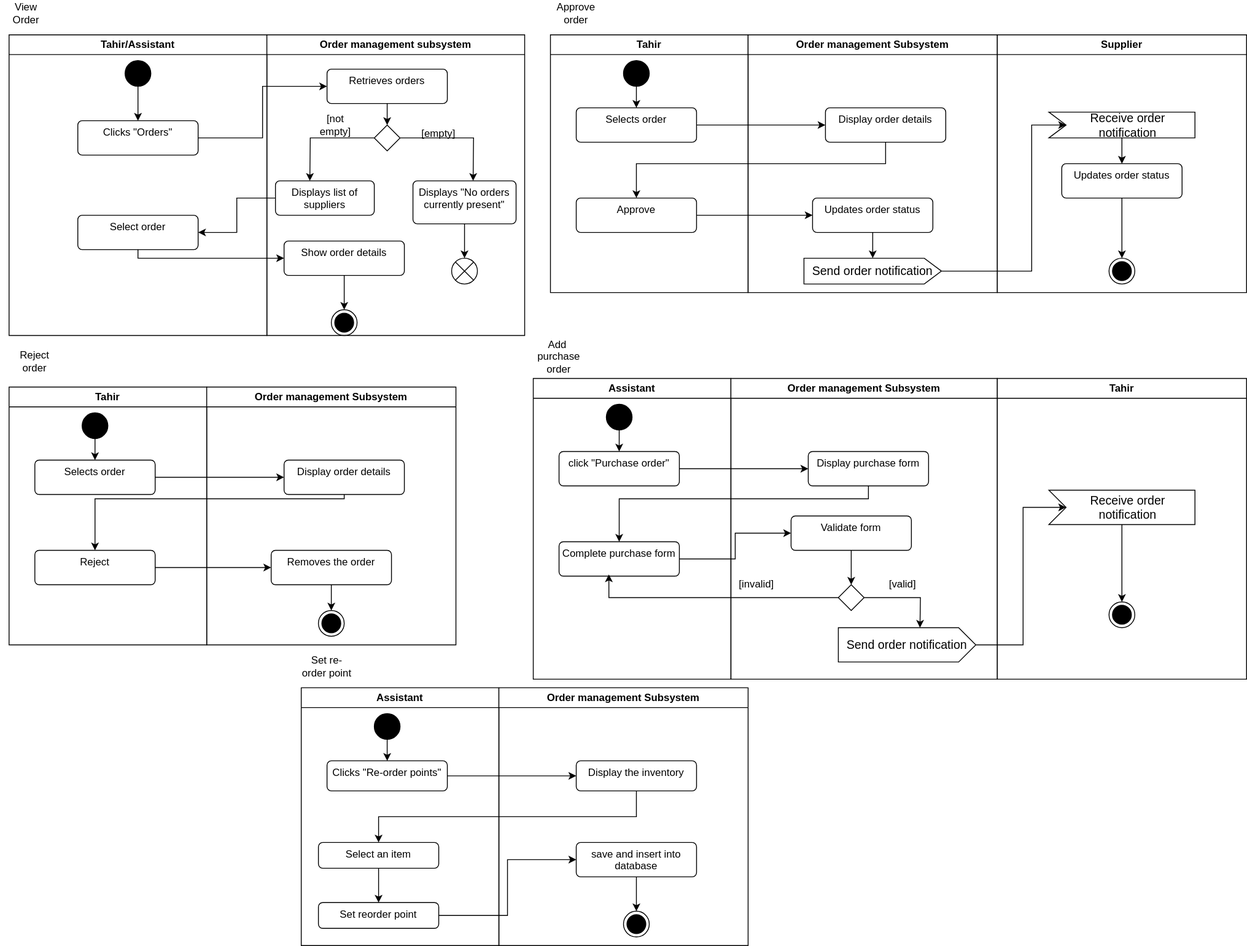
The draw.io diagram order_act.svg in Simamkele88/IFM3_GP, before a commit. Source tidied: cells renumbered, new cells last; positions are measured from the earlier drawing's top-left corner, leaving out a move shared by most shapes.
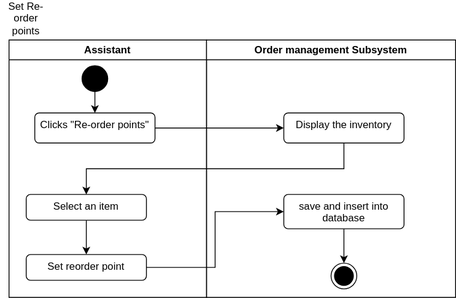
Later version of the same file.

What changed in the source:
```diff
@@ -2,158 +2,6 @@
   <root>
     <mxCell id="0" />
     <mxCell id="1" parent="0" />
-    <mxCell id="2" value="Tahir" style="swimlane;whiteSpace=wrap;html=1;" parent="1" vertex="1">
-      <mxGeometry x="640" y="40" width="230" height="300" as="geometry" />
-    </mxCell>
-    <mxCell id="3" style="edgeStyle=orthogonalEdgeStyle;rounded=0;jettySize=auto;html=1;" parent="2" edge="1" source="4" target="5">
-      <mxGeometry relative="1" as="geometry" />
-    </mxCell>
-    <mxCell id="4" style="ellipse;fillColor=strokeColor;html=1;" parent="2" vertex="1">
-      <mxGeometry x="85" y="30" width="30" height="30" as="geometry" />
-    </mxCell>
-    <mxCell id="5" value="Selects order" style="html=1;align=center;verticalAlign=top;rounded=1;absoluteArcSize=1;arcSize=10;dashed=0;whiteSpace=wrap;" parent="2" vertex="1">
-      <mxGeometry x="30" y="85" width="140" height="40" as="geometry" />
-    </mxCell>
-    <mxCell id="6" value="Approve" style="html=1;align=center;verticalAlign=top;rounded=1;absoluteArcSize=1;arcSize=10;dashed=0;whiteSpace=wrap;" parent="2" vertex="1">
-      <mxGeometry x="30" y="190" width="140" height="40" as="geometry" />
-    </mxCell>
-    <mxCell id="7" value="Order management Subsystem" style="swimlane;whiteSpace=wrap;html=1;" parent="1" vertex="1">
-      <mxGeometry x="870" y="40" width="290" height="300" as="geometry" />
-    </mxCell>
-    <mxCell id="8" value="Display order details" style="html=1;align=center;verticalAlign=top;rounded=1;absoluteArcSize=1;arcSize=10;dashed=0;whiteSpace=wrap;" parent="7" vertex="1">
-      <mxGeometry x="90" y="85" width="140" height="40" as="geometry" />
-    </mxCell>
-    <mxCell id="9" style="edgeStyle=orthogonalEdgeStyle;rounded=0;jettySize=auto;html=1;" parent="7" edge="1" source="10" target="11">
-      <mxGeometry relative="1" as="geometry" />
-    </mxCell>
-    <mxCell id="10" value="Updates order status" style="html=1;align=center;verticalAlign=top;rounded=1;absoluteArcSize=1;arcSize=10;dashed=0;whiteSpace=wrap;" parent="7" vertex="1">
-      <mxGeometry x="75" y="190" width="140" height="40" as="geometry" />
-    </mxCell>
-    <mxCell id="11" value="Send order notification" style="html=1;shape=mxgraph.infographic.ribbonSimple;notch1=0;notch2=20;align=center;verticalAlign=middle;fontSize=14;fontStyle=0;fillColor=#FFFFFF;whiteSpace=wrap;" parent="7" vertex="1">
-      <mxGeometry x="65" y="260" width="160" height="30" as="geometry" />
-    </mxCell>
-    <mxCell id="12" style="edgeStyle=orthogonalEdgeStyle;rounded=0;jettySize=auto;html=1;entryX=0;entryY=0.5;entryDx=0;entryDy=0;" parent="1" edge="1" source="5" target="8">
-      <mxGeometry relative="1" as="geometry" />
-    </mxCell>
-    <mxCell id="13" style="edgeStyle=orthogonalEdgeStyle;rounded=0;jettySize=auto;html=1;entryX=0.5;entryY=0;entryDx=0;entryDy=0;" parent="1" edge="1" source="8" target="6">
-      <mxGeometry relative="1" as="geometry">
-        <Array as="points">
-          <mxPoint x="1030" y="190" />
-          <mxPoint x="740" y="190" />
-        </Array>
-      </mxGeometry>
-    </mxCell>
-    <mxCell id="14" style="edgeStyle=orthogonalEdgeStyle;rounded=0;jettySize=auto;html=1;entryX=0;entryY=0.5;entryDx=0;entryDy=0;" parent="1" edge="1" source="6" target="10">
-      <mxGeometry relative="1" as="geometry" />
-    </mxCell>
-    <mxCell id="15" value="Approve order" style="text;html=1;align=center;verticalAlign=middle;whiteSpace=wrap;rounded=0;" parent="1" vertex="1">
-      <mxGeometry x="640" width="60" height="30" as="geometry" />
-    </mxCell>
-    <mxCell id="16" value="Tahir" style="swimlane;whiteSpace=wrap;html=1;" parent="1" vertex="1">
-      <mxGeometry x="10" y="450" width="230" height="300" as="geometry" />
-    </mxCell>
-    <mxCell id="17" style="edgeStyle=orthogonalEdgeStyle;rounded=0;jettySize=auto;html=1;" parent="16" edge="1" source="18" target="19">
-      <mxGeometry relative="1" as="geometry" />
-    </mxCell>
-    <mxCell id="18" style="ellipse;fillColor=strokeColor;html=1;" parent="16" vertex="1">
-      <mxGeometry x="85" y="30" width="30" height="30" as="geometry" />
-    </mxCell>
-    <mxCell id="19" value="Selects order" style="html=1;align=center;verticalAlign=top;rounded=1;absoluteArcSize=1;arcSize=10;dashed=0;whiteSpace=wrap;" parent="16" vertex="1">
-      <mxGeometry x="30" y="85" width="140" height="40" as="geometry" />
-    </mxCell>
-    <mxCell id="20" value="Reject" style="html=1;align=center;verticalAlign=top;rounded=1;absoluteArcSize=1;arcSize=10;dashed=0;whiteSpace=wrap;" parent="16" vertex="1">
-      <mxGeometry x="30" y="190" width="140" height="40" as="geometry" />
-    </mxCell>
-    <mxCell id="21" value="Order management Subsystem" style="swimlane;whiteSpace=wrap;html=1;" parent="1" vertex="1">
-      <mxGeometry x="240" y="450" width="290" height="300" as="geometry" />
-    </mxCell>
-    <mxCell id="22" style="ellipse;html=1;shape=endState;fillColor=strokeColor;" parent="21" vertex="1">
-      <mxGeometry x="130" y="260" width="30" height="30" as="geometry" />
-    </mxCell>
-    <mxCell id="23" value="Display order details" style="html=1;align=center;verticalAlign=top;rounded=1;absoluteArcSize=1;arcSize=10;dashed=0;whiteSpace=wrap;" parent="21" vertex="1">
-      <mxGeometry x="90" y="85" width="140" height="40" as="geometry" />
-    </mxCell>
-    <mxCell id="24" style="edgeStyle=orthogonalEdgeStyle;rounded=0;jettySize=auto;html=1;" parent="21" edge="1" source="25" target="22">
-      <mxGeometry relative="1" as="geometry" />
-    </mxCell>
-    <mxCell id="25" value="Removes the order" style="html=1;align=center;verticalAlign=top;rounded=1;absoluteArcSize=1;arcSize=10;dashed=0;whiteSpace=wrap;" parent="21" vertex="1">
-      <mxGeometry x="75" y="190" width="140" height="40" as="geometry" />
-    </mxCell>
-    <mxCell id="26" style="edgeStyle=orthogonalEdgeStyle;rounded=0;jettySize=auto;html=1;entryX=0;entryY=0.5;entryDx=0;entryDy=0;" parent="1" edge="1" source="19" target="23">
-      <mxGeometry relative="1" as="geometry" />
-    </mxCell>
-    <mxCell id="27" style="edgeStyle=orthogonalEdgeStyle;rounded=0;jettySize=auto;html=1;entryX=0.5;entryY=0;entryDx=0;entryDy=0;" parent="1" edge="1" source="23" target="20">
-      <mxGeometry relative="1" as="geometry">
-        <Array as="points">
-          <mxPoint x="400" y="580" />
-          <mxPoint x="110" y="580" />
-        </Array>
-      </mxGeometry>
-    </mxCell>
-    <mxCell id="28" style="edgeStyle=orthogonalEdgeStyle;rounded=0;jettySize=auto;html=1;entryX=0;entryY=0.5;entryDx=0;entryDy=0;" parent="1" edge="1" source="20" target="25">
-      <mxGeometry relative="1" as="geometry" />
-    </mxCell>
-    <mxCell id="29" value="Reject order" style="text;html=1;align=center;verticalAlign=middle;whiteSpace=wrap;rounded=0;" parent="1" vertex="1">
-      <mxGeometry x="10" y="405" width="60" height="30" as="geometry" />
-    </mxCell>
-    <mxCell id="30" value="Assistant" style="swimlane;whiteSpace=wrap;html=1;" parent="1" vertex="1">
-      <mxGeometry x="620" y="440" width="230" height="350" as="geometry" />
-    </mxCell>
-    <mxCell id="31" style="edgeStyle=orthogonalEdgeStyle;rounded=0;jettySize=auto;html=1;" parent="30" edge="1" source="32" target="33">
-      <mxGeometry relative="1" as="geometry" />
-    </mxCell>
-    <mxCell id="32" style="ellipse;fillColor=strokeColor;html=1;" parent="30" vertex="1">
-      <mxGeometry x="85" y="30" width="30" height="30" as="geometry" />
-    </mxCell>
-    <mxCell id="33" value="click &quot;Purchase order&quot;" style="html=1;align=center;verticalAlign=top;rounded=1;absoluteArcSize=1;arcSize=10;dashed=0;whiteSpace=wrap;" parent="30" vertex="1">
-      <mxGeometry x="30" y="85" width="140" height="40" as="geometry" />
-    </mxCell>
-    <mxCell id="34" value="Complete purchase form" style="html=1;align=center;verticalAlign=top;rounded=1;absoluteArcSize=1;arcSize=10;dashed=0;whiteSpace=wrap;" parent="30" vertex="1">
-      <mxGeometry x="30" y="190" width="140" height="40" as="geometry" />
-    </mxCell>
-    <mxCell id="35" value="Order management Subsystem" style="swimlane;whiteSpace=wrap;html=1;" parent="1" vertex="1">
-      <mxGeometry x="850" y="440" width="310" height="350" as="geometry" />
-    </mxCell>
-    <mxCell id="36" value="Display purchase form" style="html=1;align=center;verticalAlign=top;rounded=1;absoluteArcSize=1;arcSize=10;dashed=0;whiteSpace=wrap;" parent="35" vertex="1">
-      <mxGeometry x="90" y="85" width="140" height="40" as="geometry" />
-    </mxCell>
-    <mxCell id="37" style="edgeStyle=orthogonalEdgeStyle;rounded=0;jettySize=auto;html=1;" parent="35" edge="1" source="38">
-      <mxGeometry relative="1" as="geometry">
-        <mxPoint x="220" y="290" as="targetPoint" />
-      </mxGeometry>
-    </mxCell>
-    <mxCell id="38" style="rhombus;" parent="35" vertex="1">
-      <mxGeometry x="125" y="240" width="30" height="30" as="geometry" />
-    </mxCell>
-    <mxCell id="39" style="edgeStyle=orthogonalEdgeStyle;rounded=0;jettySize=auto;html=1;" parent="35" edge="1" source="40" target="38">
-      <mxGeometry relative="1" as="geometry" />
-    </mxCell>
-    <mxCell id="40" value="Validate form" style="html=1;align=center;verticalAlign=top;rounded=1;absoluteArcSize=1;arcSize=10;dashed=0;whiteSpace=wrap;" parent="35" vertex="1">
-      <mxGeometry x="70" y="160" width="140" height="40" as="geometry" />
-    </mxCell>
-    <mxCell id="41" value="Send order notification" style="html=1;shape=mxgraph.infographic.ribbonSimple;notch1=0;notch2=20;align=center;verticalAlign=middle;fontSize=14;fontStyle=0;fillColor=#FFFFFF;whiteSpace=wrap;" parent="35" vertex="1">
-      <mxGeometry x="125" y="290" width="160" height="40" as="geometry" />
-    </mxCell>
-    <mxCell id="42" value="[invalid]" style="text;html=1;align=center;verticalAlign=middle;whiteSpace=wrap;rounded=0;" parent="35" vertex="1">
-      <mxGeometry y="230" width="60" height="20" as="geometry" />
-    </mxCell>
-    <mxCell id="43" value="[valid]" style="text;html=1;align=center;verticalAlign=middle;whiteSpace=wrap;rounded=0;" parent="35" vertex="1">
-      <mxGeometry x="170" y="230" width="60" height="20" as="geometry" />
-    </mxCell>
-    <mxCell id="44" style="edgeStyle=orthogonalEdgeStyle;rounded=0;jettySize=auto;html=1;entryX=0;entryY=0.5;entryDx=0;entryDy=0;" parent="1" edge="1" source="33" target="36">
-      <mxGeometry relative="1" as="geometry" />
-    </mxCell>
-    <mxCell id="45" style="edgeStyle=orthogonalEdgeStyle;rounded=0;jettySize=auto;html=1;entryX=0.5;entryY=0;entryDx=0;entryDy=0;" parent="1" edge="1" source="36" target="34">
-      <mxGeometry relative="1" as="geometry">
-        <Array as="points">
-          <mxPoint x="1010" y="580" />
-          <mxPoint x="720" y="580" />
-        </Array>
-      </mxGeometry>
-    </mxCell>
-    <mxCell id="46" value="Add&amp;nbsp; purchase order" style="text;html=1;align=center;verticalAlign=middle;whiteSpace=wrap;rounded=0;" parent="1" vertex="1">
-      <mxGeometry x="620" y="400" width="60" height="30" as="geometry" />
-    </mxCell>
     <mxCell id="47" value="Assistant" style="swimlane;whiteSpace=wrap;html=1;startSize=23;" parent="1" vertex="1">
       <mxGeometry x="350" y="800" width="230" height="300" as="geometry" />
     </mxCell>
@@ -193,35 +41,6 @@
     <mxCell id="59" style="edgeStyle=orthogonalEdgeStyle;rounded=0;jettySize=auto;html=1;entryX=0;entryY=0.5;entryDx=0;entryDy=0;" parent="1" edge="1" source="50" target="56">
       <mxGeometry relative="1" as="geometry" />
     </mxCell>
-    <mxCell id="60" value="Set re-order point" style="text;html=1;align=center;verticalAlign=middle;whiteSpace=wrap;rounded=0;" parent="1" vertex="1">
-      <mxGeometry x="350" y="760" width="60" height="30" as="geometry" />
-    </mxCell>
-    <mxCell id="61" style="edgeStyle=orthogonalEdgeStyle;rounded=0;jettySize=auto;html=1;entryX=0;entryY=0.5;entryDx=0;entryDy=0;" parent="1" edge="1" source="34" target="40">
-      <mxGeometry relative="1" as="geometry" />
-    </mxCell>
-    <mxCell id="62" style="edgeStyle=orthogonalEdgeStyle;rounded=0;jettySize=auto;html=1;entryX=0.414;entryY=0.95;entryDx=0;entryDy=0;entryPerimeter=0;" parent="1" edge="1" source="38" target="34">
-      <mxGeometry relative="1" as="geometry" />
-    </mxCell>
-    <mxCell id="63" value="Tahir" style="swimlane;whiteSpace=wrap;html=1;" parent="1" vertex="1">
-      <mxGeometry x="1160" y="440" width="290" height="350" as="geometry" />
-    </mxCell>
-    <mxCell id="64" style="ellipse;html=1;shape=endState;fillColor=strokeColor;" parent="63" vertex="1">
-      <mxGeometry x="130" y="260" width="30" height="30" as="geometry" />
-    </mxCell>
-    <mxCell id="65" style="edgeStyle=orthogonalEdgeStyle;rounded=0;jettySize=auto;html=1;" parent="63" edge="1" source="66" target="64">
-      <mxGeometry relative="1" as="geometry" />
-    </mxCell>
-    <mxCell id="66" value="Receive order notification" style="html=1;shape=mxgraph.infographic.ribbonSimple;notch1=20;notch2=0;align=center;verticalAlign=middle;fontSize=14;fontStyle=0;fillColor=#FFFFFF;flipH=0;spacingRight=0;spacingLeft=14;whiteSpace=wrap;" parent="63" vertex="1">
-      <mxGeometry x="60" y="130" width="170" height="40" as="geometry" />
-    </mxCell>
-    <mxCell id="67" style="edgeStyle=orthogonalEdgeStyle;rounded=0;jettySize=auto;html=1;entryX=0;entryY=0;entryDx=20;entryDy=20;entryPerimeter=0;" parent="1" edge="1" source="41" target="66">
-      <mxGeometry relative="1" as="geometry">
-        <Array as="points">
-          <mxPoint x="1190" y="750" />
-          <mxPoint x="1190" y="590" />
-        </Array>
-      </mxGeometry>
-    </mxCell>
     <mxCell id="68" style="edgeStyle=orthogonalEdgeStyle;rounded=0;jettySize=auto;html=1;" parent="1" edge="1" source="56" target="52">
       <mxGeometry relative="1" as="geometry">
         <Array as="points">
@@ -233,111 +52,8 @@
     <mxCell id="69" style="edgeStyle=orthogonalEdgeStyle;rounded=0;jettySize=auto;html=1;entryX=0;entryY=0.5;entryDx=0;entryDy=0;" parent="1" edge="1" source="53" target="58">
       <mxGeometry relative="1" as="geometry" />
     </mxCell>
-    <mxCell id="70" value="Tahir/Assistant" style="swimlane;whiteSpace=wrap;html=1;" parent="1" vertex="1">
-      <mxGeometry x="10" y="40" width="300" height="350" as="geometry" />
-    </mxCell>
-    <mxCell id="71" style="edgeStyle=orthogonalEdgeStyle;rounded=0;jettySize=auto;html=1;" parent="70" edge="1" source="72" target="73">
-      <mxGeometry relative="1" as="geometry" />
-    </mxCell>
-    <mxCell id="72" style="ellipse;fillColor=strokeColor;html=1;" parent="70" vertex="1">
-      <mxGeometry x="135" y="30" width="30" height="30" as="geometry" />
-    </mxCell>
-    <mxCell id="73" value="Clicks &quot;Orders&quot;" style="html=1;align=center;verticalAlign=top;rounded=1;absoluteArcSize=1;arcSize=10;dashed=0;whiteSpace=wrap;" parent="70" vertex="1">
-      <mxGeometry x="80" y="100" width="140" height="40" as="geometry" />
-    </mxCell>
-    <mxCell id="74" value="Select order" style="html=1;align=center;verticalAlign=top;rounded=1;absoluteArcSize=1;arcSize=10;dashed=0;whiteSpace=wrap;" parent="70" vertex="1">
-      <mxGeometry x="80" y="210" width="140" height="40" as="geometry" />
-    </mxCell>
-    <mxCell id="75" value="Order management subsystem" style="swimlane;whiteSpace=wrap;html=1;" parent="1" vertex="1">
-      <mxGeometry x="310" y="40" width="300" height="350" as="geometry" />
-    </mxCell>
-    <mxCell id="76" style="edgeStyle=orthogonalEdgeStyle;rounded=0;jettySize=auto;html=1;" parent="75" edge="1" source="77" target="80">
-      <mxGeometry relative="1" as="geometry" />
-    </mxCell>
-    <mxCell id="77" value="Retrieves orders" style="html=1;align=center;verticalAlign=top;rounded=1;absoluteArcSize=1;arcSize=10;dashed=0;whiteSpace=wrap;" parent="75" vertex="1">
-      <mxGeometry x="70" y="40" width="140" height="40" as="geometry" />
-    </mxCell>
-    <mxCell id="78" style="edgeStyle=orthogonalEdgeStyle;rounded=0;jettySize=auto;html=1;" parent="75" edge="1" source="80">
-      <mxGeometry relative="1" as="geometry">
-        <mxPoint x="50" y="170" as="targetPoint" />
-      </mxGeometry>
-    </mxCell>
-    <mxCell id="79" style="edgeStyle=orthogonalEdgeStyle;rounded=0;jettySize=auto;html=1;" parent="75" edge="1" source="80">
-      <mxGeometry relative="1" as="geometry">
-        <mxPoint x="240" y="170" as="targetPoint" />
-      </mxGeometry>
-    </mxCell>
-    <mxCell id="80" style="rhombus;" parent="75" vertex="1">
-      <mxGeometry x="125" y="105" width="30" height="30" as="geometry" />
-    </mxCell>
-    <mxCell id="81" value="Displays list of suppliers" style="html=1;align=center;verticalAlign=top;rounded=1;absoluteArcSize=1;arcSize=10;dashed=0;whiteSpace=wrap;" parent="75" vertex="1">
-      <mxGeometry x="10" y="170" width="115" height="40" as="geometry" />
-    </mxCell>
-    <mxCell id="82" style="edgeStyle=orthogonalEdgeStyle;rounded=0;jettySize=auto;html=1;" parent="75" edge="1" source="83" target="86">
-      <mxGeometry relative="1" as="geometry" />
-    </mxCell>
-    <mxCell id="83" value="Displays &quot;No orders currently present&quot;" style="html=1;align=center;verticalAlign=top;rounded=1;absoluteArcSize=1;arcSize=10;dashed=0;whiteSpace=wrap;" parent="75" vertex="1">
-      <mxGeometry x="170" y="170" width="120" height="50" as="geometry" />
-    </mxCell>
-    <mxCell id="84" value="[not empty]" style="text;html=1;align=center;verticalAlign=middle;whiteSpace=wrap;rounded=0;" parent="75" vertex="1">
-      <mxGeometry x="50" y="90" width="60" height="30" as="geometry" />
-    </mxCell>
-    <mxCell id="85" value="[empty]" style="text;html=1;align=center;verticalAlign=middle;whiteSpace=wrap;rounded=0;" parent="75" vertex="1">
-      <mxGeometry x="170" y="100" width="60" height="30" as="geometry" />
-    </mxCell>
-    <mxCell id="86" style="shape=sumEllipse;perimeter=ellipsePerimeter;html=1;backgroundOutline=1;" parent="75" vertex="1">
-      <mxGeometry x="215" y="260" width="30" height="30" as="geometry" />
-    </mxCell>
-    <mxCell id="87" style="edgeStyle=orthogonalEdgeStyle;rounded=0;jettySize=auto;html=1;" parent="75" edge="1" source="88" target="89">
-      <mxGeometry relative="1" as="geometry" />
-    </mxCell>
-    <mxCell id="88" value="Show order details" style="html=1;align=center;verticalAlign=top;rounded=1;absoluteArcSize=1;arcSize=10;dashed=0;whiteSpace=wrap;" parent="75" vertex="1">
-      <mxGeometry x="20" y="240" width="140" height="40" as="geometry" />
-    </mxCell>
-    <mxCell id="89" style="ellipse;html=1;shape=endState;fillColor=strokeColor;" parent="75" vertex="1">
-      <mxGeometry x="75" y="320" width="30" height="30" as="geometry" />
-    </mxCell>
-    <mxCell id="90" style="edgeStyle=orthogonalEdgeStyle;rounded=0;jettySize=auto;html=1;entryX=0;entryY=0.5;entryDx=0;entryDy=0;" parent="1" edge="1" source="73" target="77">
-      <mxGeometry relative="1" as="geometry" />
-    </mxCell>
-    <mxCell id="91" style="edgeStyle=orthogonalEdgeStyle;rounded=0;jettySize=auto;html=1;entryX=1;entryY=0.5;entryDx=0;entryDy=0;" parent="1" edge="1" source="81" target="74">
-      <mxGeometry relative="1" as="geometry" />
-    </mxCell>
-    <mxCell id="92" style="edgeStyle=orthogonalEdgeStyle;rounded=0;jettySize=auto;html=1;entryX=0;entryY=0.5;entryDx=0;entryDy=0;" parent="1" edge="1" source="74" target="88">
-      <mxGeometry relative="1" as="geometry">
-        <Array as="points">
-          <mxPoint x="160" y="300" />
-        </Array>
-      </mxGeometry>
-    </mxCell>
-    <mxCell id="93" value="View Order" style="text;html=1;align=center;verticalAlign=middle;whiteSpace=wrap;rounded=0;" parent="1" vertex="1">
-      <mxGeometry width="60" height="30" as="geometry" />
-    </mxCell>
-    <mxCell id="94" value="Supplier" style="swimlane;whiteSpace=wrap;html=1;" parent="1" vertex="1">
-      <mxGeometry x="1160" y="40" width="290" height="300" as="geometry" />
-    </mxCell>
-    <mxCell id="95" style="ellipse;html=1;shape=endState;fillColor=strokeColor;" parent="94" vertex="1">
-      <mxGeometry x="130" y="260" width="30" height="30" as="geometry" />
-    </mxCell>
-    <mxCell id="96" style="edgeStyle=orthogonalEdgeStyle;rounded=0;jettySize=auto;html=1;" parent="94" edge="1" source="98" target="95">
-      <mxGeometry relative="1" as="geometry" />
-    </mxCell>
-    <mxCell id="97" value="Receive order notification" style="html=1;shape=mxgraph.infographic.ribbonSimple;notch1=20;notch2=0;align=center;verticalAlign=middle;fontSize=14;fontStyle=0;fillColor=#FFFFFF;flipH=0;spacingRight=0;spacingLeft=14;whiteSpace=wrap;" parent="94" vertex="1">
-      <mxGeometry x="60" y="90" width="170" height="30" as="geometry" />
-    </mxCell>
-    <mxCell id="98" value="Updates order status" style="html=1;align=center;verticalAlign=top;rounded=1;absoluteArcSize=1;arcSize=10;dashed=0;whiteSpace=wrap;" parent="94" vertex="1">
-      <mxGeometry x="75" y="150" width="140" height="40" as="geometry" />
-    </mxCell>
-    <mxCell id="99" style="edgeStyle=orthogonalEdgeStyle;rounded=0;jettySize=auto;html=1;" parent="94" edge="1" source="97" target="98">
-      <mxGeometry relative="1" as="geometry" />
-    </mxCell>
-    <mxCell id="100" style="edgeStyle=orthogonalEdgeStyle;rounded=0;jettySize=auto;html=1;entryX=0;entryY=0;entryDx=20;entryDy=15;entryPerimeter=0;" parent="1" edge="1" source="11" target="97">
-      <mxGeometry relative="1" as="geometry">
-        <Array as="points">
-          <mxPoint x="1200" y="315" />
-          <mxPoint x="1200" y="145" />
-        </Array>
-      </mxGeometry>
-    </mxCell>
+    <mxCell id="101" value="Set Re-order points" style="text;html=1;align=center;verticalAlign=middle;whiteSpace=wrap;rounded=0;" parent="1" vertex="1">
+      <mxGeometry x="340" y="760" width="60" height="30" as="geometry" />
+    </mxCell>
   </root>
 </mxGraphModel>
```
